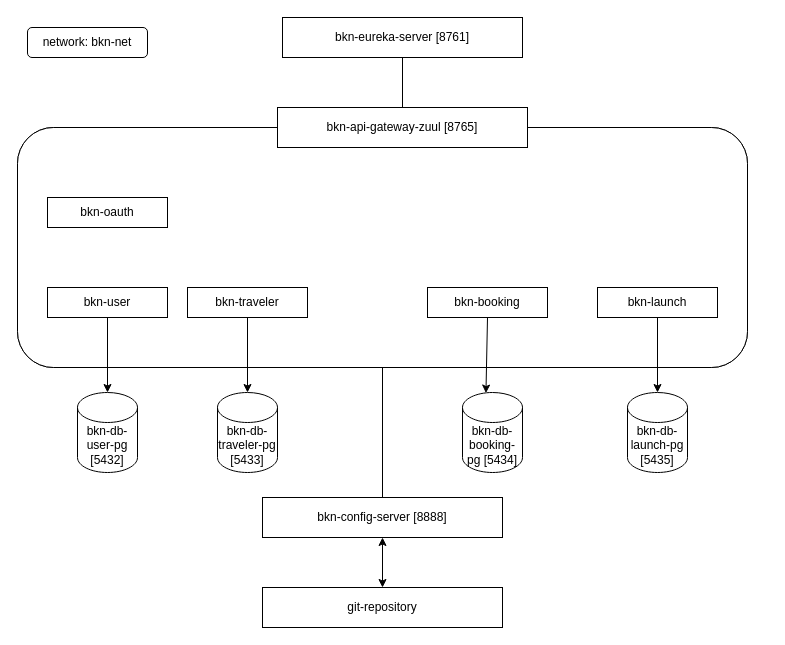
Above: booking-ms-architecture.drawio in fernandooliveira19/bookings-architecture-diagram (draw.io), before the change. Source tidied: cells renumbered, new cells numbered last; positions are measured from the earlier drawing's top-left corner, leaving out a move shared by most shapes. Both pictures are drawn from the tidied source at 100%, with x=0, y=0 at pixel (17, 17).
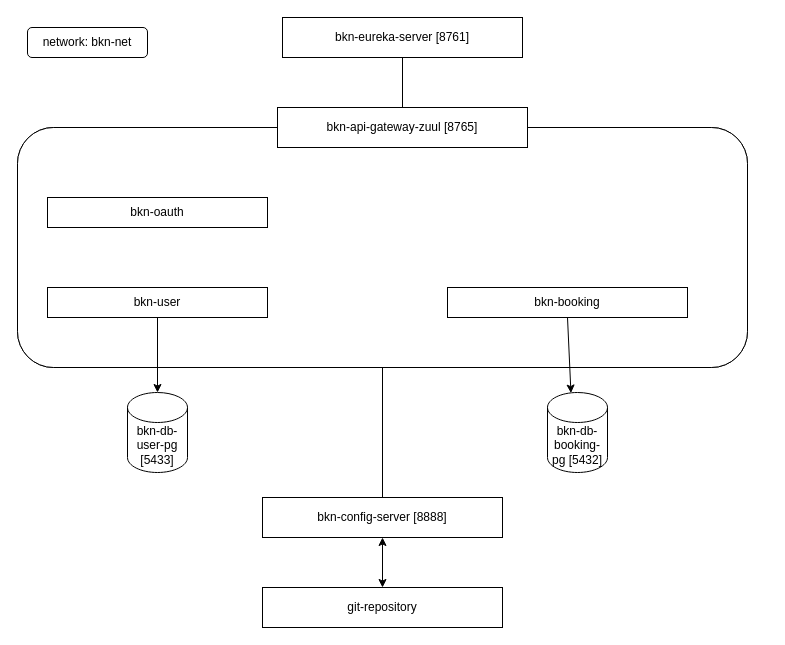
After the change.

Commit message (it also covers changes not shown here):
update architecture design

The change refers to these unchanged cells:
```xml
<mxCell id="11" style="group;" parent="8" vertex="1">
  <mxGeometry width="730" height="370" as="geometry" />
</mxCell>
<mxCell id="12" style="group;" parent="11" vertex="1">
  <mxGeometry width="730" height="260" as="geometry" />
</mxCell>
```

The edit, as a diff of the source:
```diff
@@
     <mxCell id="15" value="bkn-oauth" style="rounded=0;whiteSpace=wrap;html=1;" parent="12" vertex="1">
-      <mxGeometry x="30" y="90" width="120" height="30" as="geometry" />
+      <mxGeometry x="30" y="90" width="220" height="30" as="geometry" />
     </mxCell>
     <mxCell id="16" value="bkn-user" style="rounded=0;whiteSpace=wrap;html=1;" parent="12" vertex="1">
-      <mxGeometry x="30" y="180" width="120" height="30" as="geometry" />
+      <mxGeometry x="30" y="180" width="220" height="30" as="geometry" />
     </mxCell>
-    <mxCell id="17" value="bkn-traveler" style="rounded=0;whiteSpace=wrap;html=1;" parent="12" vertex="1">
-      <mxGeometry x="170" y="180" width="120" height="30" as="geometry" />
-    </mxCell>
     <mxCell id="18" value="bkn-booking" style="rounded=0;whiteSpace=wrap;html=1;" parent="12" vertex="1">
-      <mxGeometry x="410" y="180" width="120" height="30" as="geometry" />
+      <mxGeometry x="430" y="180" width="240" height="30" as="geometry" />
     </mxCell>
-    <mxCell id="19" value="bkn-launch" style="rounded=0;whiteSpace=wrap;html=1;" parent="12" vertex="1">
-      <mxGeometry x="580" y="180" width="120" height="30" as="geometry" />
-    </mxCell>
-    <mxCell id="20" value="bkn-db-booking-pg [5434]" style="shape=cylinder3;whiteSpace=wrap;html=1;boundedLbl=1;backgroundOutline=1;size=15;" parent="11" vertex="1">
-      <mxGeometry x="445" y="285" width="60" height="80" as="geometry" />
+    <mxCell id="20" value="bkn-db-booking-pg [5432]" style="shape=cylinder3;whiteSpace=wrap;html=1;boundedLbl=1;backgroundOutline=1;size=15;" parent="11" vertex="1">
+      <mxGeometry x="530" y="285" width="60" height="80" as="geometry" />
     </mxCell>
@@
-    <mxCell id="22" value="bkn-db-launch-pg [5435]" style="shape=cylinder3;whiteSpace=wrap;html=1;boundedLbl=1;backgroundOutline=1;size=15;" parent="11" vertex="1">
-      <mxGeometry x="610" y="285" width="60" height="80" as="geometry" />
-    </mxCell>
-    <mxCell id="23" style="endArrow=classic;html=1;entryX=0.5;entryY=0;entryDx=0;entryDy=0;entryPerimeter=0;exitX=0.5;exitY=1;exitDx=0;exitDy=0;" parent="11" edge="1" source="19" target="22">
-      <mxGeometry relative="1" as="geometry" />
-    </mxCell>
-    <mxCell id="24" value="bkn-db-traveler-pg [5433]" style="shape=cylinder3;whiteSpace=wrap;html=1;boundedLbl=1;backgroundOutline=1;size=15;" parent="11" vertex="1">
-      <mxGeometry x="200" y="285" width="60" height="80" as="geometry" />
-    </mxCell>
-    <mxCell id="25" style="endArrow=classic;html=1;entryX=0.5;entryY=0;entryDx=0;entryDy=0;entryPerimeter=0;exitX=0.5;exitY=1;exitDx=0;exitDy=0;" parent="11" edge="1" source="17" target="24">
-      <mxGeometry relative="1" as="geometry" />
-    </mxCell>
-    <mxCell id="26" value="bkn-db-user-pg [5432]" style="shape=cylinder3;whiteSpace=wrap;html=1;boundedLbl=1;backgroundOutline=1;size=15;" parent="11" vertex="1">
-      <mxGeometry x="60" y="285" width="60" height="80" as="geometry" />
+    <mxCell id="26" value="bkn-db-user-pg [5433]" style="shape=cylinder3;whiteSpace=wrap;html=1;boundedLbl=1;backgroundOutline=1;size=15;" parent="11" vertex="1">
+      <mxGeometry x="110" y="285" width="60" height="80" as="geometry" />
     </mxCell>
```
